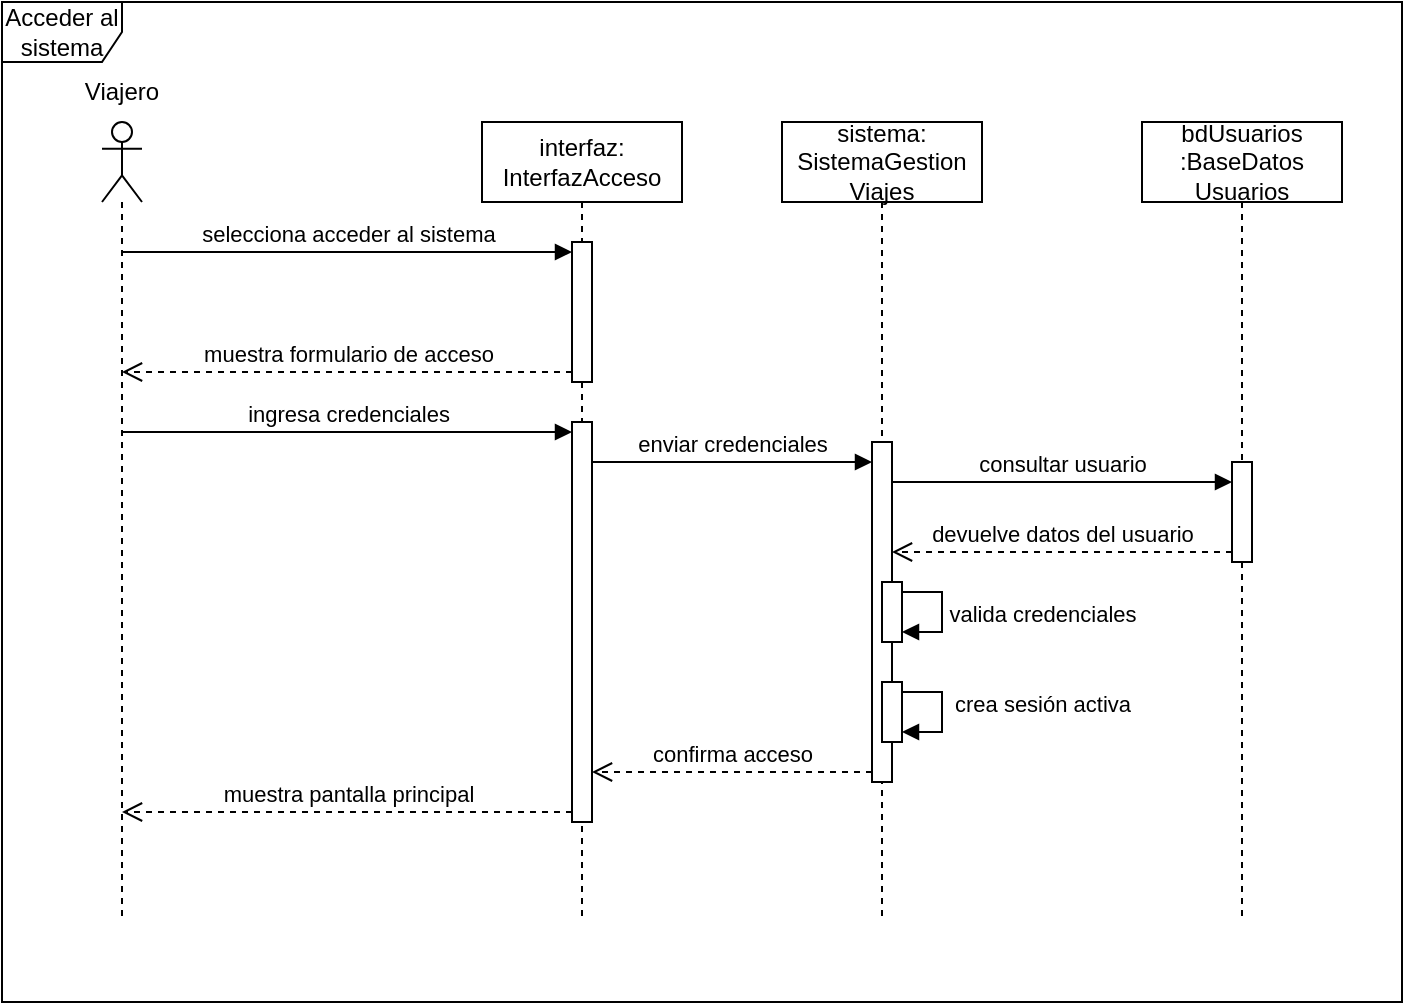
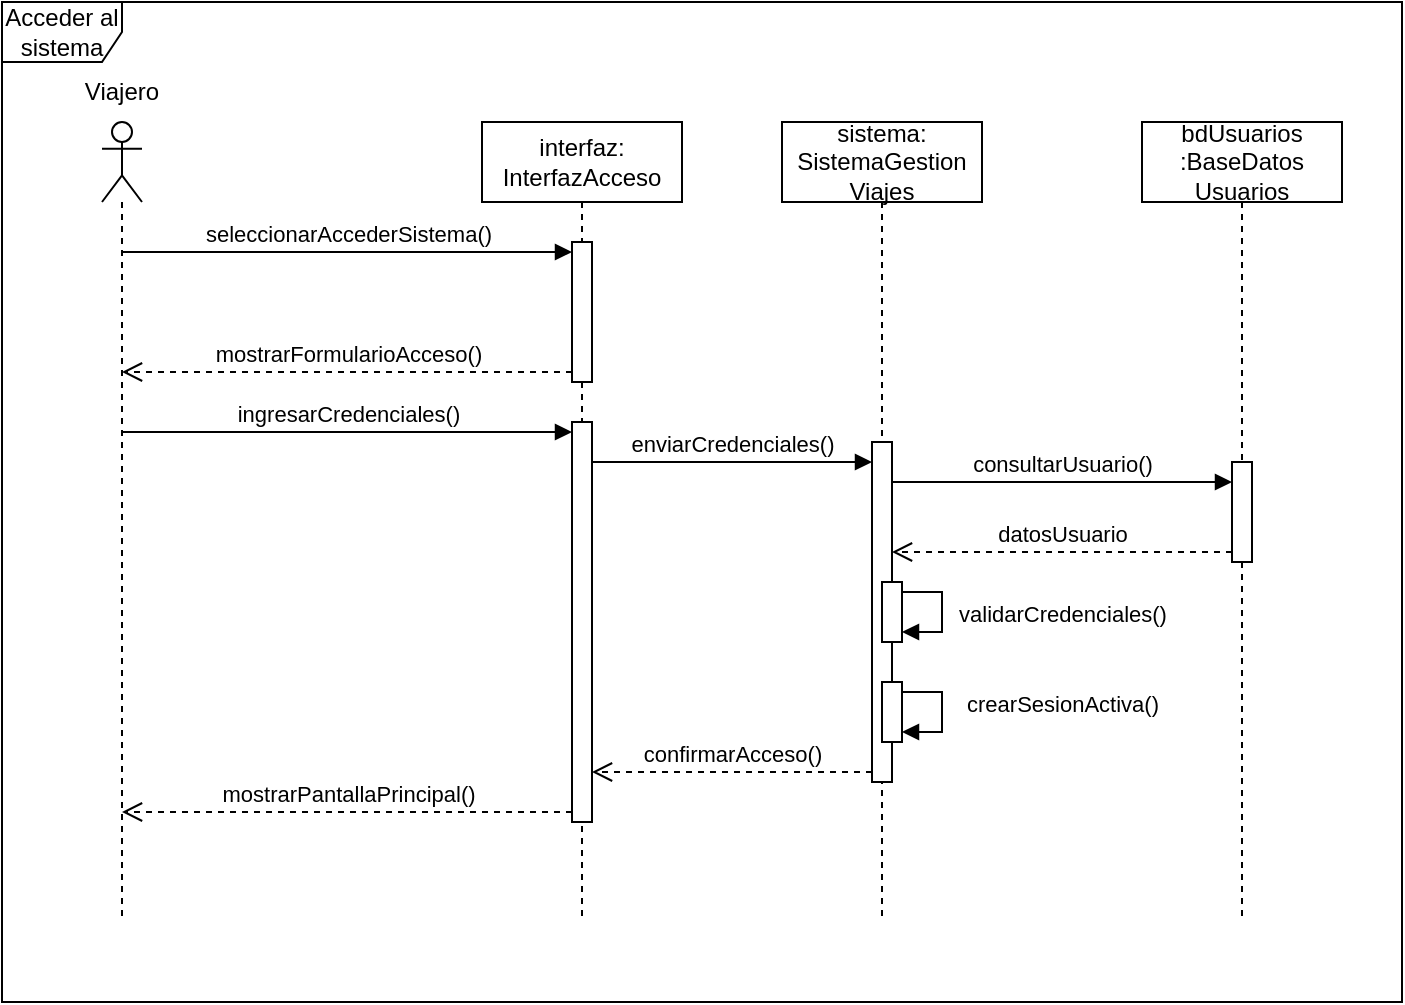
<mxfile host="app.diagrams.net">
  <diagram name="Page-1" id="XoSe4Bvsa1zk3Fma54D0">
-     <mxGraphModel dx="758" dy="522" grid="1" gridSize="10" guides="1" tooltips="1" connect="1" arrows="1" fold="1" page="1" pageScale="1" pageWidth="850" pageHeight="1100" math="0" shadow="0">
+     <mxGraphModel dx="731" dy="512" grid="1" gridSize="10" guides="1" tooltips="1" connect="1" arrows="1" fold="1" page="1" pageScale="1" pageWidth="850" pageHeight="1100" math="0" shadow="0">
      <root>
        <mxCell id="0" />
        <mxCell id="1" parent="0" />
        <mxCell id="zznDNYEqhcvfvObnSjIi-2" parent="1" style="shape=umlFrame;whiteSpace=wrap;html=1;pointerEvents=0;" value="Acceder al sistema" vertex="1">
          <mxGeometry height="500" width="700" x="210" y="150" as="geometry" />
        </mxCell>
        <mxCell id="zznDNYEqhcvfvObnSjIi-3" parent="1" style="shape=umlLifeline;perimeter=lifelinePerimeter;whiteSpace=wrap;html=1;container=1;dropTarget=0;collapsible=0;recursiveResize=0;outlineConnect=0;portConstraint=eastwest;newEdgeStyle={&quot;curved&quot;:0,&quot;rounded&quot;:0};participant=umlActor;" value="" vertex="1">
          <mxGeometry height="400" width="20" x="260" y="210" as="geometry" />
        </mxCell>
        <mxCell id="zznDNYEqhcvfvObnSjIi-5" parent="1" style="shape=umlLifeline;perimeter=lifelinePerimeter;whiteSpace=wrap;html=1;container=1;dropTarget=0;collapsible=0;recursiveResize=0;outlineConnect=0;portConstraint=eastwest;newEdgeStyle={&quot;curved&quot;:0,&quot;rounded&quot;:0};" value="&lt;div&gt;interfaz:&lt;/div&gt;&lt;div&gt;InterfazAcceso&lt;/div&gt;" vertex="1">
          <mxGeometry height="400" width="100" x="450" y="210" as="geometry" />
        </mxCell>
        <mxCell id="zznDNYEqhcvfvObnSjIi-15" parent="zznDNYEqhcvfvObnSjIi-5" style="html=1;points=[[0,0,0,0,5],[0,1,0,0,-5],[1,0,0,0,5],[1,1,0,0,-5]];perimeter=orthogonalPerimeter;outlineConnect=0;targetShapes=umlLifeline;portConstraint=eastwest;newEdgeStyle={&quot;curved&quot;:0,&quot;rounded&quot;:0};" value="" vertex="1">
          <mxGeometry height="70" width="10" x="45" y="60" as="geometry" />
        </mxCell>
        <mxCell id="zznDNYEqhcvfvObnSjIi-23" parent="zznDNYEqhcvfvObnSjIi-5" style="html=1;points=[[0,0,0,0,5],[0,1,0,0,-5],[1,0,0,0,5],[1,1,0,0,-5]];perimeter=orthogonalPerimeter;outlineConnect=0;targetShapes=umlLifeline;portConstraint=eastwest;newEdgeStyle={&quot;curved&quot;:0,&quot;rounded&quot;:0};" value="" vertex="1">
          <mxGeometry height="200" width="10" x="45" y="150" as="geometry" />
        </mxCell>
        <mxCell id="zznDNYEqhcvfvObnSjIi-6" parent="1" style="shape=umlLifeline;perimeter=lifelinePerimeter;whiteSpace=wrap;html=1;container=1;dropTarget=0;collapsible=0;recursiveResize=0;outlineConnect=0;portConstraint=eastwest;newEdgeStyle={&quot;curved&quot;:0,&quot;rounded&quot;:0};" value="&lt;div&gt;sistema:&lt;/div&gt;&lt;div&gt;SistemaGestion&lt;/div&gt;&lt;div&gt;Viajes&lt;/div&gt;" vertex="1">
          <mxGeometry height="400" width="100" x="600" y="210" as="geometry" />
        </mxCell>
        <mxCell id="zznDNYEqhcvfvObnSjIi-26" parent="zznDNYEqhcvfvObnSjIi-6" style="html=1;points=[[0,0,0,0,5],[0,1,0,0,-5],[1,0,0,0,5],[1,1,0,0,-5]];perimeter=orthogonalPerimeter;outlineConnect=0;targetShapes=umlLifeline;portConstraint=eastwest;newEdgeStyle={&quot;curved&quot;:0,&quot;rounded&quot;:0};" value="" vertex="1">
          <mxGeometry height="170" width="10" x="45" y="160" as="geometry" />
        </mxCell>
        <mxCell id="45dRcC3L5t74qwIQxNL3-1" parent="zznDNYEqhcvfvObnSjIi-6" style="html=1;points=[[0,0,0,0,5],[0,1,0,0,-5],[1,0,0,0,5],[1,1,0,0,-5]];perimeter=orthogonalPerimeter;outlineConnect=0;targetShapes=umlLifeline;portConstraint=eastwest;newEdgeStyle={&quot;curved&quot;:0,&quot;rounded&quot;:0};" value="" vertex="1">
          <mxGeometry height="30" width="10" x="50" y="230" as="geometry" />
        </mxCell>
-         <mxCell id="45dRcC3L5t74qwIQxNL3-2" edge="1" parent="zznDNYEqhcvfvObnSjIi-6" source="45dRcC3L5t74qwIQxNL3-1" style="html=1;verticalAlign=bottom;endArrow=block;curved=0;rounded=0;exitX=1;exitY=0;exitDx=0;exitDy=5;exitPerimeter=0;" target="45dRcC3L5t74qwIQxNL3-1" value="valida credenciales">
-           <mxGeometry relative="1" width="80" x="0.3333" y="-50" as="geometry">
-             <mxPoint x="50" y="50" as="offset" />
+         <mxCell id="45dRcC3L5t74qwIQxNL3-2" edge="1" parent="zznDNYEqhcvfvObnSjIi-6" source="45dRcC3L5t74qwIQxNL3-1" style="html=1;verticalAlign=bottom;endArrow=block;curved=0;rounded=0;exitX=1;exitY=0;exitDx=0;exitDy=5;exitPerimeter=0;" target="45dRcC3L5t74qwIQxNL3-1" value="validarCredenciales()">
+           <mxGeometry relative="1" width="80" x="0.3333" y="-60" as="geometry">
+             <mxPoint x="60" y="60" as="offset" />
            <mxPoint x="70" y="250" as="sourcePoint" />
            <mxPoint x="150" y="250" as="targetPoint" />
          </mxGeometry>
        </mxCell>
        <mxCell id="45dRcC3L5t74qwIQxNL3-3" parent="zznDNYEqhcvfvObnSjIi-6" style="html=1;points=[[0,0,0,0,5],[0,1,0,0,-5],[1,0,0,0,5],[1,1,0,0,-5]];perimeter=orthogonalPerimeter;outlineConnect=0;targetShapes=umlLifeline;portConstraint=eastwest;newEdgeStyle={&quot;curved&quot;:0,&quot;rounded&quot;:0};" value="" vertex="1">
          <mxGeometry height="30" width="10" x="50" y="280" as="geometry" />
        </mxCell>
-         <mxCell id="45dRcC3L5t74qwIQxNL3-4" edge="1" parent="zznDNYEqhcvfvObnSjIi-6" source="45dRcC3L5t74qwIQxNL3-3" style="html=1;verticalAlign=bottom;endArrow=block;curved=0;rounded=0;entryX=1;entryY=1;entryDx=0;entryDy=-5;entryPerimeter=0;" target="45dRcC3L5t74qwIQxNL3-3" value="crea sesión activa">
-           <mxGeometry relative="1" width="80" x="0.1667" y="50" as="geometry">
+         <mxCell id="45dRcC3L5t74qwIQxNL3-4" edge="1" parent="zznDNYEqhcvfvObnSjIi-6" source="45dRcC3L5t74qwIQxNL3-3" style="html=1;verticalAlign=bottom;endArrow=block;curved=0;rounded=0;entryX=1;entryY=1;entryDx=0;entryDy=-5;entryPerimeter=0;" target="45dRcC3L5t74qwIQxNL3-3" value="crearSesionActiva()">
+           <mxGeometry relative="1" width="80" x="0.1667" y="60" as="geometry">
            <mxPoint as="offset" />
            <mxPoint x="30" y="300" as="sourcePoint" />
            <mxPoint x="110" y="300" as="targetPoint" />
          </mxGeometry>
        </mxCell>
        <mxCell id="zznDNYEqhcvfvObnSjIi-7" parent="1" style="shape=umlLifeline;perimeter=lifelinePerimeter;whiteSpace=wrap;html=1;container=1;dropTarget=0;collapsible=0;recursiveResize=0;outlineConnect=0;portConstraint=eastwest;newEdgeStyle={&quot;curved&quot;:0,&quot;rounded&quot;:0};" value="bdUsuarios&lt;div&gt;:BaseDatos&lt;/div&gt;&lt;div&gt;Usuarios&lt;/div&gt;" vertex="1">
          <mxGeometry height="400" width="100" x="780" y="210" as="geometry" />
        </mxCell>
        <mxCell id="zznDNYEqhcvfvObnSjIi-28" parent="zznDNYEqhcvfvObnSjIi-7" style="html=1;points=[[0,0,0,0,5],[0,1,0,0,-5],[1,0,0,0,5],[1,1,0,0,-5]];perimeter=orthogonalPerimeter;outlineConnect=0;targetShapes=umlLifeline;portConstraint=eastwest;newEdgeStyle={&quot;curved&quot;:0,&quot;rounded&quot;:0};" value="" vertex="1">
          <mxGeometry height="50" width="10" x="45" y="170" as="geometry" />
        </mxCell>
-         <mxCell id="zznDNYEqhcvfvObnSjIi-20" edge="1" parent="1" source="zznDNYEqhcvfvObnSjIi-3" style="html=1;verticalAlign=bottom;endArrow=block;curved=0;rounded=0;entryX=0;entryY=0;entryDx=0;entryDy=5;entryPerimeter=0;" target="zznDNYEqhcvfvObnSjIi-15" value="selecciona acceder al sistema">
+         <mxCell id="zznDNYEqhcvfvObnSjIi-20" edge="1" parent="1" source="zznDNYEqhcvfvObnSjIi-3" style="html=1;verticalAlign=bottom;endArrow=block;curved=0;rounded=0;entryX=0;entryY=0;entryDx=0;entryDy=5;entryPerimeter=0;" target="zznDNYEqhcvfvObnSjIi-15" value="seleccionarAccederSistema()">
          <mxGeometry relative="1" width="80" as="geometry">
            <mxPoint x="274.9999999999999" y="275" as="sourcePoint" />
            <mxPoint x="410" y="360" as="targetPoint" />
          </mxGeometry>
        </mxCell>
-         <mxCell id="zznDNYEqhcvfvObnSjIi-22" edge="1" parent="1" source="zznDNYEqhcvfvObnSjIi-15" style="html=1;verticalAlign=bottom;endArrow=open;dashed=1;endSize=8;curved=0;rounded=0;exitX=0;exitY=1;exitDx=0;exitDy=-5;exitPerimeter=0;" target="zznDNYEqhcvfvObnSjIi-3" value="muestra formulario de acceso">
+         <mxCell id="zznDNYEqhcvfvObnSjIi-22" edge="1" parent="1" source="zznDNYEqhcvfvObnSjIi-15" style="html=1;verticalAlign=bottom;endArrow=open;dashed=1;endSize=8;curved=0;rounded=0;exitX=0;exitY=1;exitDx=0;exitDy=-5;exitPerimeter=0;" target="zznDNYEqhcvfvObnSjIi-3" value="mostrarFormularioAcceso()">
          <mxGeometry relative="1" as="geometry">
            <mxPoint x="520" y="340" as="sourcePoint" />
            <mxPoint x="274.9999999999999" y="335" as="targetPoint" />
          </mxGeometry>
        </mxCell>
-         <mxCell id="zznDNYEqhcvfvObnSjIi-24" edge="1" parent="1" source="zznDNYEqhcvfvObnSjIi-3" style="html=1;verticalAlign=bottom;endArrow=block;curved=0;rounded=0;entryX=0;entryY=0;entryDx=0;entryDy=5;entryPerimeter=0;" target="zznDNYEqhcvfvObnSjIi-23" value="ingresa credenciales">
+         <mxCell id="zznDNYEqhcvfvObnSjIi-24" edge="1" parent="1" source="zznDNYEqhcvfvObnSjIi-3" style="html=1;verticalAlign=bottom;endArrow=block;curved=0;rounded=0;entryX=0;entryY=0;entryDx=0;entryDy=5;entryPerimeter=0;" target="zznDNYEqhcvfvObnSjIi-23" value="ingresarCredenciales()">
          <mxGeometry relative="1" width="80" as="geometry">
            <mxPoint x="274.9999999999999" y="365" as="sourcePoint" />
            <mxPoint x="490" y="360" as="targetPoint" />
          </mxGeometry>
        </mxCell>
-         <mxCell id="zznDNYEqhcvfvObnSjIi-25" edge="1" parent="1" source="zznDNYEqhcvfvObnSjIi-23" style="html=1;verticalAlign=bottom;endArrow=block;curved=0;rounded=0;" value="enviar credenciales">
+         <mxCell id="zznDNYEqhcvfvObnSjIi-25" edge="1" parent="1" source="zznDNYEqhcvfvObnSjIi-23" style="html=1;verticalAlign=bottom;endArrow=block;curved=0;rounded=0;" value="enviarCredenciales()">
          <mxGeometry relative="1" width="80" as="geometry">
            <mxPoint x="505" y="380" as="sourcePoint" />
            <mxPoint x="645" y="380" as="targetPoint" />
          </mxGeometry>
        </mxCell>
-         <mxCell id="zznDNYEqhcvfvObnSjIi-27" edge="1" parent="1" style="html=1;verticalAlign=bottom;endArrow=block;curved=0;rounded=0;" target="zznDNYEqhcvfvObnSjIi-28" value="consultar usuario">
+         <mxCell id="zznDNYEqhcvfvObnSjIi-27" edge="1" parent="1" style="html=1;verticalAlign=bottom;endArrow=block;curved=0;rounded=0;" target="zznDNYEqhcvfvObnSjIi-28" value="consultarUsuario()">
          <mxGeometry relative="1" width="80" as="geometry">
            <mxPoint x="655" y="390" as="sourcePoint" />
            <mxPoint x="765" y="390" as="targetPoint" />
          </mxGeometry>
        </mxCell>
-         <mxCell id="zznDNYEqhcvfvObnSjIi-29" edge="1" parent="1" source="zznDNYEqhcvfvObnSjIi-28" style="html=1;verticalAlign=bottom;endArrow=open;dashed=1;endSize=8;curved=0;rounded=0;exitX=0;exitY=1;exitDx=0;exitDy=-5;exitPerimeter=0;" target="zznDNYEqhcvfvObnSjIi-26" value="devuelve datos del usuario">
+         <mxCell id="zznDNYEqhcvfvObnSjIi-29" edge="1" parent="1" source="zznDNYEqhcvfvObnSjIi-28" style="html=1;verticalAlign=bottom;endArrow=open;dashed=1;endSize=8;curved=0;rounded=0;exitX=0;exitY=1;exitDx=0;exitDy=-5;exitPerimeter=0;" target="zznDNYEqhcvfvObnSjIi-26" value="&lt;span&gt;datosUsuario&lt;/span&gt;">
          <mxGeometry relative="1" as="geometry">
            <mxPoint x="620" y="370" as="sourcePoint" />
            <mxPoint x="540" y="370" as="targetPoint" />
          </mxGeometry>
        </mxCell>
-         <mxCell id="45dRcC3L5t74qwIQxNL3-5" edge="1" parent="1" source="zznDNYEqhcvfvObnSjIi-26" style="html=1;verticalAlign=bottom;endArrow=open;dashed=1;endSize=8;curved=0;rounded=0;exitX=0;exitY=1;exitDx=0;exitDy=-5;exitPerimeter=0;" target="zznDNYEqhcvfvObnSjIi-23" value="confirma acceso">
+         <mxCell id="45dRcC3L5t74qwIQxNL3-5" edge="1" parent="1" source="zznDNYEqhcvfvObnSjIi-26" style="html=1;verticalAlign=bottom;endArrow=open;dashed=1;endSize=8;curved=0;rounded=0;exitX=0;exitY=1;exitDx=0;exitDy=-5;exitPerimeter=0;" target="zznDNYEqhcvfvObnSjIi-23" value="confirmarAcceso()">
          <mxGeometry relative="1" as="geometry">
            <mxPoint x="670" y="500" as="sourcePoint" />
            <mxPoint x="590" y="500" as="targetPoint" />
          </mxGeometry>
        </mxCell>
-         <mxCell id="45dRcC3L5t74qwIQxNL3-6" edge="1" parent="1" source="zznDNYEqhcvfvObnSjIi-23" style="html=1;verticalAlign=bottom;endArrow=open;dashed=1;endSize=8;curved=0;rounded=0;exitX=0;exitY=1;exitDx=0;exitDy=-5;exitPerimeter=0;" target="zznDNYEqhcvfvObnSjIi-3" value="muestra pantalla principal">
+         <mxCell id="45dRcC3L5t74qwIQxNL3-6" edge="1" parent="1" source="zznDNYEqhcvfvObnSjIi-23" style="html=1;verticalAlign=bottom;endArrow=open;dashed=1;endSize=8;curved=0;rounded=0;exitX=0;exitY=1;exitDx=0;exitDy=-5;exitPerimeter=0;" target="zznDNYEqhcvfvObnSjIi-3" value="mostrarPantallaPrincipal()">
          <mxGeometry relative="1" as="geometry">
            <mxPoint x="470" y="470" as="sourcePoint" />
            <mxPoint x="274.9999999999999" y="555" as="targetPoint" />
          </mxGeometry>
        </mxCell>
        <mxCell id="45dRcC3L5t74qwIQxNL3-7" parent="1" style="text;html=1;whiteSpace=wrap;strokeColor=none;fillColor=none;align=center;verticalAlign=middle;rounded=0;" value="Viajero" vertex="1">
          <mxGeometry height="30" width="60" x="240" y="180" as="geometry" />
        </mxCell>
      </root>
    </mxGraphModel>
  </diagram>
</mxfile>
